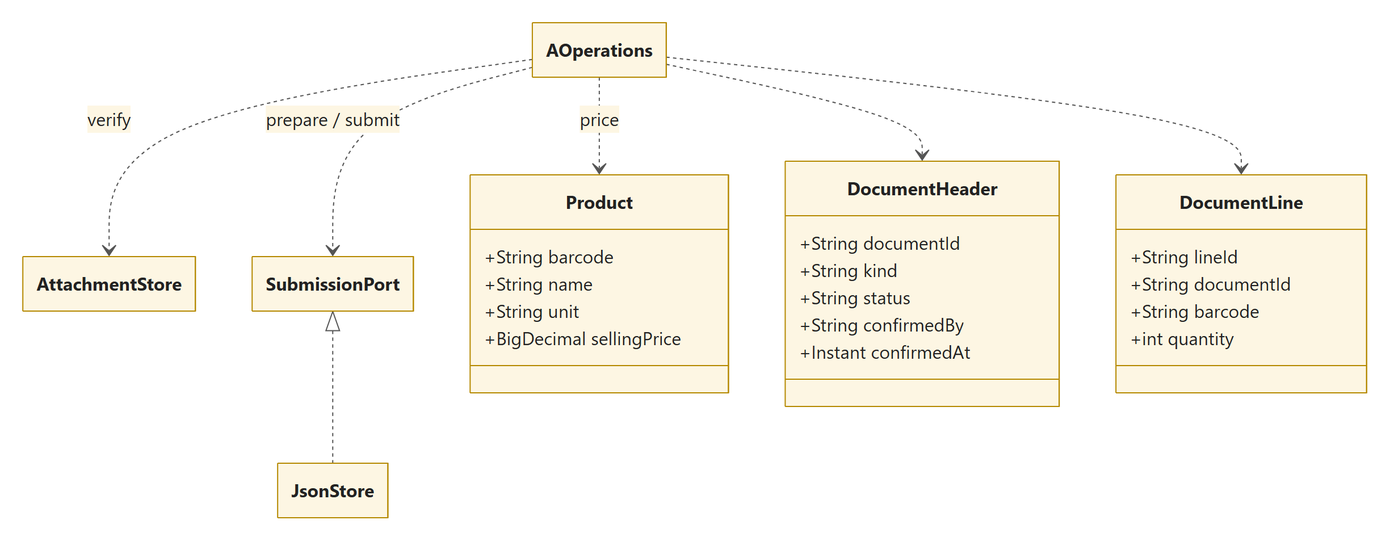
Earlier version of the Mermaid export docs/design/report/01_catalog_opening_receipt.png (Noctis-SiKong/supermarket-management). Its source is kept beside it as docs/design/report/01_catalog_opening_receipt.mmd. Source of this version:
```mermaid
classDiagram
direction TB

class AOperations
class AttachmentStore
class SubmissionPort
class JsonStore

class Product {
    +String barcode
    +String name
    +String unit
    +BigDecimal sellingPrice
}

class DocumentHeader {
    +String documentId
    +String kind
    +String status
    +String confirmedBy
    +Instant confirmedAt
}

class DocumentLine {
    +String lineId
    +String documentId
    +String barcode
    +int quantity
}

AOperations ..> Product : price
AOperations ..> AttachmentStore : verify
AOperations ..> DocumentHeader
AOperations ..> DocumentLine
AOperations ..> SubmissionPort : prepare / submit
SubmissionPort <|.. JsonStore
```
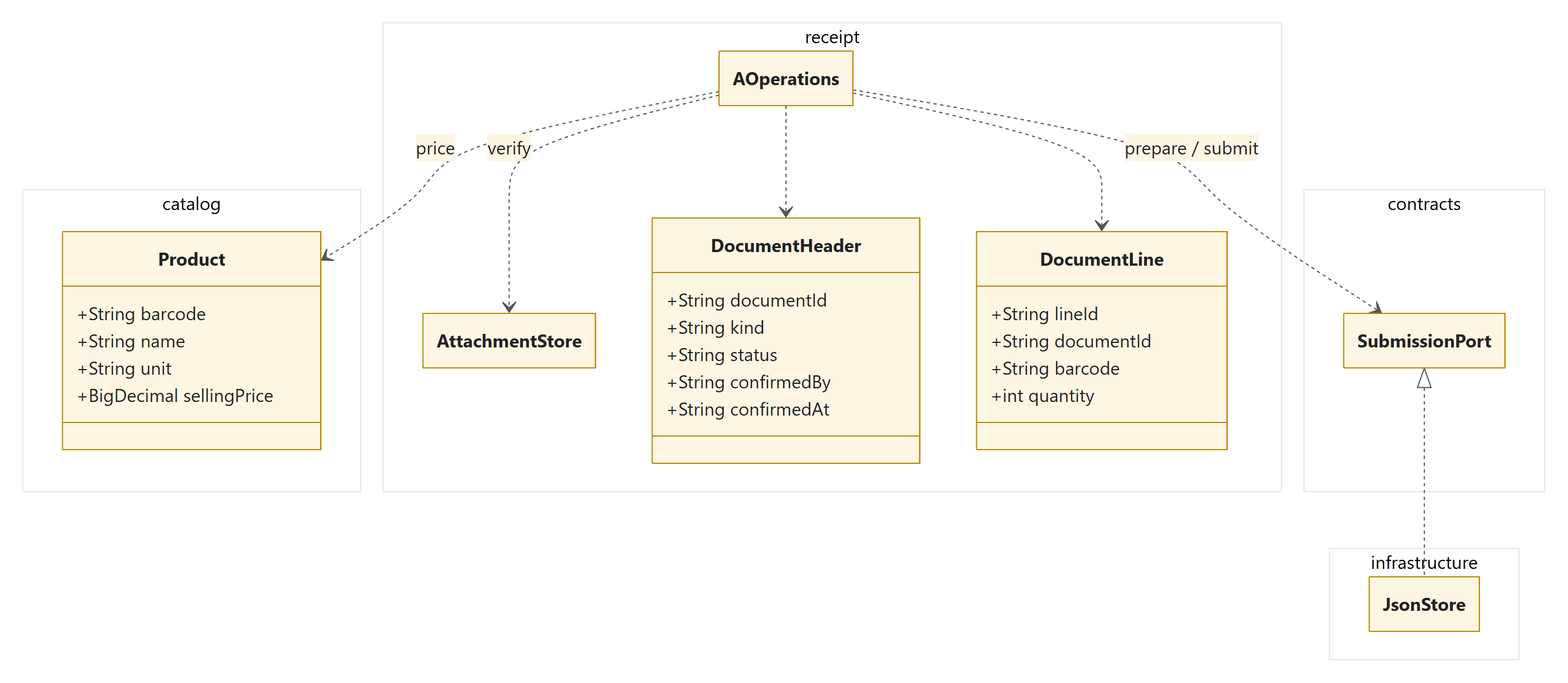
Later version of the same file.

Diff of the diagram source:
```diff
@@ -1,31 +1,39 @@
 classDiagram
 direction TB
 
-class AOperations
-class AttachmentStore
-class SubmissionPort
-class JsonStore
-
-class Product {
-    +String barcode
-    +String name
-    +String unit
-    +BigDecimal sellingPrice
+namespace catalog {
+    class Product {
+        +String barcode
+        +String name
+        +String unit
+        +BigDecimal sellingPrice
+    }
 }
 
-class DocumentHeader {
-    +String documentId
-    +String kind
-    +String status
-    +String confirmedBy
-    +Instant confirmedAt
+namespace receipt {
+    class AOperations
+    class AttachmentStore
+    class DocumentHeader {
+        +String documentId
+        +String kind
+        +String status
+        +String confirmedBy
+        +String confirmedAt
+    }
+    class DocumentLine {
+        +String lineId
+        +String documentId
+        +String barcode
+        +int quantity
+    }
 }
 
-class DocumentLine {
-    +String lineId
-    +String documentId
-    +String barcode
-    +int quantity
+namespace contracts {
+    class SubmissionPort
+}
+
+namespace infrastructure {
+    class JsonStore
 }
 
 AOperations ..> Product : price
```
